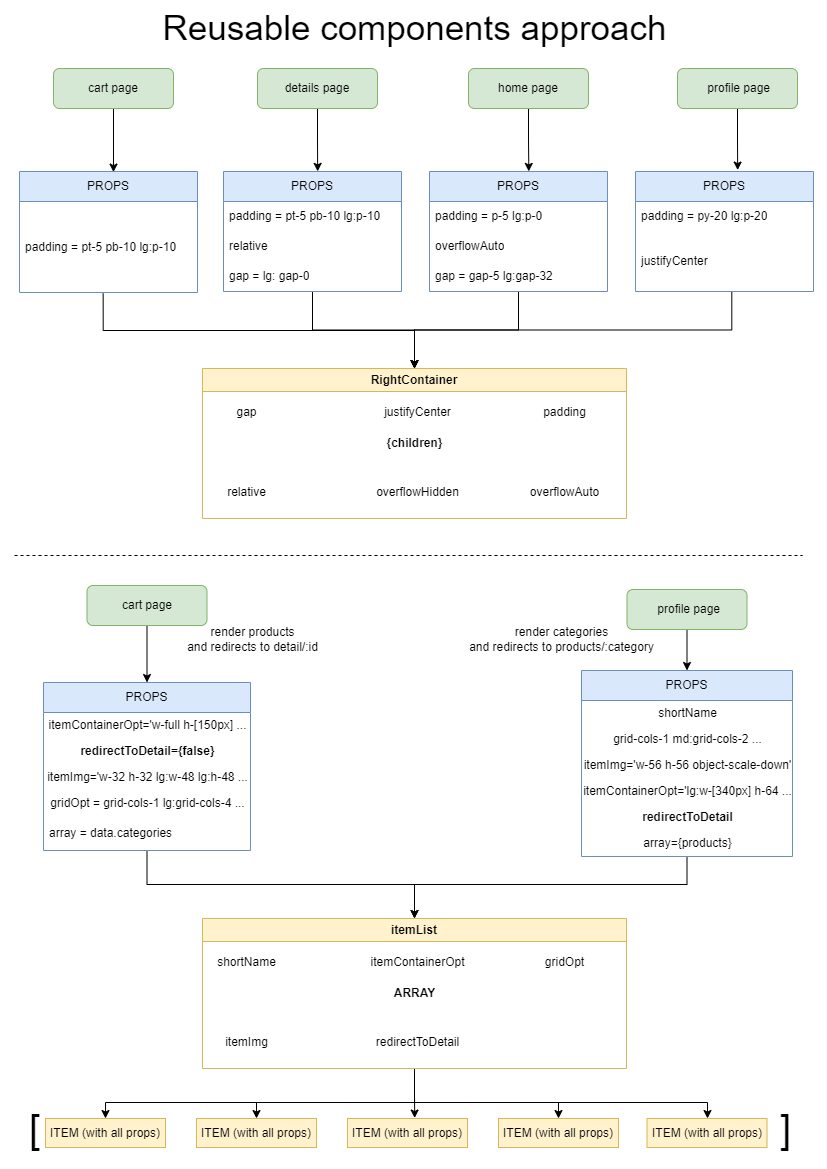
This is e-commerce/e-commerce_reusable-components.drawio.png from santiagomanso/ZombieMarkt, a draw.io export, as it was before one commit. Source tidied: cells renumbered, new cells last; positions are measured from the earlier drawing's top-left corner, leaving out a move shared by most shapes. The source it was exported from:
```xml
<mxGraphModel>
  <root>
    <mxCell id="0" />
    <mxCell id="1" parent="0" />
    <mxCell id="2" style="edgeStyle=orthogonalEdgeStyle;rounded=0;jettySize=auto;html=1;exitX=0.5;exitY=1;exitDx=0;exitDy=0;entryX=0.528;entryY=0.005;entryDx=0;entryDy=0;entryPerimeter=0;" parent="1" edge="1" source="3" target="17">
      <mxGeometry relative="1" as="geometry" />
    </mxCell>
    <mxCell id="3" value="cart page" style="rounded=1;whiteSpace=wrap;html=1;fontSize=12;glass=0;strokeWidth=1;shadow=0;fillColor=#d5e8d4;strokeColor=#82b366;" parent="1" vertex="1">
      <mxGeometry x="39" y="68" width="120" height="40" as="geometry" />
    </mxCell>
    <mxCell id="4" style="edgeStyle=orthogonalEdgeStyle;rounded=0;jettySize=auto;html=1;exitX=0.5;exitY=1;exitDx=0;exitDy=0;entryX=0.529;entryY=-0.001;entryDx=0;entryDy=0;entryPerimeter=0;" parent="1" edge="1" source="5" target="12">
      <mxGeometry relative="1" as="geometry" />
    </mxCell>
    <mxCell id="5" value="details page" style="rounded=1;whiteSpace=wrap;html=1;fontSize=12;glass=0;strokeWidth=1;shadow=0;fillColor=#d5e8d4;strokeColor=#82b366;" parent="1" vertex="1">
      <mxGeometry x="243" y="68" width="120" height="40" as="geometry" />
    </mxCell>
    <mxCell id="6" style="edgeStyle=orthogonalEdgeStyle;rounded=0;jettySize=auto;html=1;entryX=0.558;entryY=-0.001;entryDx=0;entryDy=0;entryPerimeter=0;" parent="1" edge="1" source="7" target="20">
      <mxGeometry relative="1" as="geometry" />
    </mxCell>
    <mxCell id="7" value="home page" style="rounded=1;whiteSpace=wrap;html=1;fontSize=12;glass=0;strokeWidth=1;shadow=0;fillColor=#d5e8d4;strokeColor=#82b366;" parent="1" vertex="1">
      <mxGeometry x="454" y="68" width="120" height="40" as="geometry" />
    </mxCell>
    <mxCell id="8" style="edgeStyle=orthogonalEdgeStyle;rounded=0;jettySize=auto;html=1;entryX=0.574;entryY=-0.012;entryDx=0;entryDy=0;entryPerimeter=0;" parent="1" edge="1" source="9" target="25">
      <mxGeometry relative="1" as="geometry" />
    </mxCell>
    <mxCell id="9" value="&amp;nbsp;profile page" style="rounded=1;whiteSpace=wrap;html=1;fontSize=12;glass=0;strokeWidth=1;shadow=0;fillColor=#d5e8d4;strokeColor=#82b366;" parent="1" vertex="1">
      <mxGeometry x="663" y="68" width="120" height="40" as="geometry" />
    </mxCell>
    <mxCell id="10" value="&lt;font style=&quot;font-size: 35px;&quot;&gt;Reusable components approach&lt;/font&gt;" style="text;html=1;align=center;verticalAlign=middle;strokeColor=none;fillColor=none;" parent="1" vertex="1">
      <mxGeometry x="139" width="522" height="54" as="geometry" />
    </mxCell>
    <mxCell id="11" style="edgeStyle=orthogonalEdgeStyle;rounded=0;jettySize=auto;html=1;entryX=0.5;entryY=0;entryDx=0;entryDy=0;" parent="1" edge="1" source="12" target="28">
      <mxGeometry relative="1" as="geometry" />
    </mxCell>
    <mxCell id="12" value="PROPS" style="swimlane;fontStyle=0;horizontal=1;startSize=30;whiteSpace=wrap;html=1;fillColor=#dae8fc;strokeColor=#6c8ebf;" parent="1" vertex="1">
      <mxGeometry x="209" y="171" width="178" height="120" as="geometry" />
    </mxCell>
    <mxCell id="13" value="padding = pt-5 pb-10 lg:p-10" style="text;strokeColor=none;fillColor=none;align=left;verticalAlign=middle;spacingLeft=4;spacingRight=4;overflow=hidden;whiteSpace=wrap;html=1;" parent="12" vertex="1">
      <mxGeometry y="30" width="178" height="30" as="geometry" />
    </mxCell>
    <mxCell id="14" value="relative" style="text;strokeColor=none;fillColor=none;align=left;verticalAlign=middle;spacingLeft=4;spacingRight=4;overflow=hidden;whiteSpace=wrap;html=1;" parent="12" vertex="1">
      <mxGeometry y="60" width="178" height="30" as="geometry" />
    </mxCell>
    <mxCell id="15" value="gap = lg: gap-0" style="text;strokeColor=none;fillColor=none;align=left;verticalAlign=middle;spacingLeft=4;spacingRight=4;overflow=hidden;whiteSpace=wrap;html=1;" parent="12" vertex="1">
      <mxGeometry y="90" width="178" height="30" as="geometry" />
    </mxCell>
    <mxCell id="16" style="edgeStyle=orthogonalEdgeStyle;rounded=0;jettySize=auto;html=1;entryX=0.5;entryY=0;entryDx=0;entryDy=0;exitX=0.47;exitY=1.011;exitDx=0;exitDy=0;exitPerimeter=0;" parent="1" edge="1" source="18" target="28">
      <mxGeometry relative="1" as="geometry" />
    </mxCell>
    <mxCell id="17" value="PROPS" style="swimlane;fontStyle=0;horizontal=1;startSize=30;whiteSpace=wrap;html=1;fillColor=#dae8fc;strokeColor=#6c8ebf;" parent="1" vertex="1">
      <mxGeometry x="5" y="171" width="178" height="121" as="geometry" />
    </mxCell>
    <mxCell id="18" value="padding = pt-5 pb-10 lg:p-10" style="text;strokeColor=none;fillColor=none;align=left;verticalAlign=middle;spacingLeft=4;spacingRight=4;overflow=hidden;points=[[0,0.5],[1,0.5]];portConstraint=eastwest;whiteSpace=wrap;html=1;" parent="17" vertex="1">
      <mxGeometry y="30" width="178" height="91" as="geometry" />
    </mxCell>
    <mxCell id="19" style="edgeStyle=orthogonalEdgeStyle;rounded=0;jettySize=auto;html=1;" parent="1" edge="1" source="20" target="28">
      <mxGeometry relative="1" as="geometry" />
    </mxCell>
    <mxCell id="20" value="PROPS" style="swimlane;fontStyle=0;horizontal=1;startSize=30;whiteSpace=wrap;html=1;fillColor=#dae8fc;strokeColor=#6c8ebf;" parent="1" vertex="1">
      <mxGeometry x="415" y="171" width="178" height="120" as="geometry" />
    </mxCell>
    <mxCell id="21" value="padding =&amp;nbsp;p-5 lg:p-0" style="text;strokeColor=none;fillColor=none;align=left;verticalAlign=middle;spacingLeft=4;spacingRight=4;overflow=hidden;whiteSpace=wrap;html=1;" parent="20" vertex="1">
      <mxGeometry y="30" width="178" height="30" as="geometry" />
    </mxCell>
    <mxCell id="22" value="overflowAuto" style="text;strokeColor=none;fillColor=none;align=left;verticalAlign=middle;spacingLeft=4;spacingRight=4;overflow=hidden;whiteSpace=wrap;html=1;" parent="20" vertex="1">
      <mxGeometry y="60" width="178" height="30" as="geometry" />
    </mxCell>
    <mxCell id="23" value="gap =&amp;nbsp;gap-5 lg:gap-32" style="text;strokeColor=none;fillColor=none;align=left;verticalAlign=middle;spacingLeft=4;spacingRight=4;overflow=hidden;whiteSpace=wrap;html=1;" parent="20" vertex="1">
      <mxGeometry y="90" width="178" height="30" as="geometry" />
    </mxCell>
    <mxCell id="24" style="edgeStyle=orthogonalEdgeStyle;rounded=0;jettySize=auto;html=1;exitX=0.541;exitY=0.993;exitDx=0;exitDy=0;exitPerimeter=0;" parent="1" edge="1" source="27" target="28">
      <mxGeometry relative="1" as="geometry" />
    </mxCell>
    <mxCell id="25" value="PROPS" style="swimlane;fontStyle=0;horizontal=1;startSize=30;whiteSpace=wrap;html=1;fillColor=#dae8fc;strokeColor=#6c8ebf;" parent="1" vertex="1">
      <mxGeometry x="621" y="171" width="178" height="120" as="geometry" />
    </mxCell>
    <mxCell id="26" value="padding =&amp;nbsp;py-20 lg:p-20" style="text;strokeColor=none;fillColor=none;align=left;verticalAlign=middle;spacingLeft=4;spacingRight=4;overflow=hidden;whiteSpace=wrap;html=1;" parent="25" vertex="1">
      <mxGeometry y="30" width="178" height="30" as="geometry" />
    </mxCell>
    <mxCell id="27" value="justifyCenter" style="text;strokeColor=none;fillColor=none;align=left;verticalAlign=middle;spacingLeft=4;spacingRight=4;overflow=hidden;points=[[0,0.5],[1,0.5]];portConstraint=eastwest;whiteSpace=wrap;html=1;" parent="25" vertex="1">
      <mxGeometry y="60" width="178" height="60" as="geometry" />
    </mxCell>
    <mxCell id="28" value="RightContainer" style="swimlane;whiteSpace=wrap;html=1;fillColor=#fff2cc;strokeColor=#d6b656;" parent="1" vertex="1">
      <mxGeometry x="188" y="368" width="424" height="150" as="geometry" />
    </mxCell>
    <mxCell id="29" value="&lt;b&gt;{children}&lt;/b&gt;" style="text;html=1;align=center;verticalAlign=middle;strokeColor=none;fillColor=none;" parent="28" vertex="1">
      <mxGeometry x="175" y="62" width="74" height="26" as="geometry" />
    </mxCell>
    <mxCell id="30" value="relative" style="text;html=1;align=center;verticalAlign=middle;strokeColor=none;fillColor=none;" parent="28" vertex="1">
      <mxGeometry x="15" y="111" width="57" height="26" as="geometry" />
    </mxCell>
    <mxCell id="31" value="gap" style="text;html=1;align=center;verticalAlign=middle;strokeColor=none;fillColor=none;" parent="28" vertex="1">
      <mxGeometry x="24.5" y="31" width="38" height="26" as="geometry" />
    </mxCell>
    <mxCell id="32" value="overflowHidden" style="text;html=1;align=center;verticalAlign=middle;strokeColor=none;fillColor=none;" parent="28" vertex="1">
      <mxGeometry x="164" y="111" width="101" height="26" as="geometry" />
    </mxCell>
    <mxCell id="33" value="overflowAuto" style="text;html=1;align=center;verticalAlign=middle;strokeColor=none;fillColor=none;" parent="28" vertex="1">
      <mxGeometry x="318" y="111" width="87" height="26" as="geometry" />
    </mxCell>
    <mxCell id="34" value="padding" style="text;html=1;align=center;verticalAlign=middle;strokeColor=none;fillColor=none;" parent="28" vertex="1">
      <mxGeometry x="331" y="31" width="61" height="26" as="geometry" />
    </mxCell>
    <mxCell id="35" value="justifyCenter" style="text;html=1;align=center;verticalAlign=middle;strokeColor=none;fillColor=none;" parent="28" vertex="1">
      <mxGeometry x="172" y="31" width="85" height="26" as="geometry" />
    </mxCell>
    <mxCell id="36" style="edgeStyle=orthogonalEdgeStyle;rounded=0;jettySize=auto;html=1;entryX=0.5;entryY=0;entryDx=0;entryDy=0;" parent="1" edge="1" source="37" target="41">
      <mxGeometry relative="1" as="geometry" />
    </mxCell>
    <mxCell id="37" value="cart page" style="rounded=1;whiteSpace=wrap;html=1;fontSize=12;glass=0;strokeWidth=1;shadow=0;fillColor=#d5e8d4;strokeColor=#82b366;" parent="1" vertex="1">
      <mxGeometry x="72.5" y="585" width="120" height="40" as="geometry" />
    </mxCell>
    <mxCell id="38" style="edgeStyle=orthogonalEdgeStyle;rounded=0;jettySize=auto;html=1;" parent="1" edge="1" source="39" target="48">
      <mxGeometry relative="1" as="geometry" />
    </mxCell>
    <mxCell id="39" value="&amp;nbsp;profile page" style="rounded=1;whiteSpace=wrap;html=1;fontSize=12;glass=0;strokeWidth=1;shadow=0;fillColor=#d5e8d4;strokeColor=#82b366;" parent="1" vertex="1">
      <mxGeometry x="612.5" y="589" width="120" height="40" as="geometry" />
    </mxCell>
    <mxCell id="40" style="edgeStyle=orthogonalEdgeStyle;rounded=0;jettySize=auto;html=1;" parent="1" edge="1" source="41" target="60">
      <mxGeometry relative="1" as="geometry" />
    </mxCell>
    <mxCell id="41" value="PROPS" style="swimlane;fontStyle=0;horizontal=1;startSize=30;whiteSpace=wrap;html=1;fillColor=#dae8fc;strokeColor=#6c8ebf;" parent="1" vertex="1">
      <mxGeometry x="29" y="682" width="207" height="168" as="geometry" />
    </mxCell>
    <mxCell id="42" value="itemContainerOpt='w-full h-[150px] ..." style="text;html=1;align=center;verticalAlign=middle;strokeColor=none;fillColor=none;" parent="41" vertex="1">
      <mxGeometry y="30" width="207" height="26" as="geometry" />
    </mxCell>
    <mxCell id="43" value="&lt;b&gt;redirectToDetail={false}&lt;/b&gt;" style="text;html=1;align=center;verticalAlign=middle;strokeColor=none;fillColor=none;" parent="41" vertex="1">
      <mxGeometry y="56" width="207" height="26" as="geometry" />
    </mxCell>
    <mxCell id="44" value="itemImg='w-32 h-32 lg:w-48 lg:h-48 ..." style="text;html=1;align=center;verticalAlign=middle;strokeColor=none;fillColor=none;" parent="41" vertex="1">
      <mxGeometry y="82" width="207" height="26" as="geometry" />
    </mxCell>
    <mxCell id="45" value="gridOpt =&amp;nbsp;grid-cols-1 lg:grid-cols-4 ..." style="text;html=1;align=center;verticalAlign=middle;strokeColor=none;fillColor=none;" parent="41" vertex="1">
      <mxGeometry y="108" width="207" height="26" as="geometry" />
    </mxCell>
    <mxCell id="46" value="array = data.categories" style="text;strokeColor=none;fillColor=none;align=left;verticalAlign=middle;spacingLeft=4;spacingRight=4;overflow=hidden;whiteSpace=wrap;html=1;" parent="41" vertex="1">
      <mxGeometry y="134" width="207" height="34" as="geometry" />
    </mxCell>
    <mxCell id="47" style="edgeStyle=orthogonalEdgeStyle;rounded=0;jettySize=auto;html=1;" parent="1" edge="1" source="48" target="60">
      <mxGeometry relative="1" as="geometry">
        <Array as="points">
          <mxPoint x="672" y="884" />
          <mxPoint x="400" y="884" />
        </Array>
      </mxGeometry>
    </mxCell>
    <mxCell id="48" value="PROPS" style="swimlane;fontStyle=0;horizontal=1;startSize=30;whiteSpace=wrap;html=1;fillColor=#dae8fc;strokeColor=#6c8ebf;" parent="1" vertex="1">
      <mxGeometry x="567" y="670" width="211" height="186" as="geometry" />
    </mxCell>
    <mxCell id="49" value="shortName" style="text;html=1;align=center;verticalAlign=middle;strokeColor=none;fillColor=none;" parent="48" vertex="1">
      <mxGeometry y="30" width="211" height="26" as="geometry" />
    </mxCell>
    <mxCell id="50" value="grid-cols-1 md:grid-cols-2 ..." style="text;html=1;align=center;verticalAlign=middle;strokeColor=none;fillColor=none;" parent="48" vertex="1">
      <mxGeometry y="56" width="211" height="26" as="geometry" />
    </mxCell>
    <mxCell id="51" value="itemImg='w-56 h-56 object-scale-down'" style="text;html=1;align=center;verticalAlign=middle;strokeColor=none;fillColor=none;" parent="48" vertex="1">
      <mxGeometry y="82" width="211" height="26" as="geometry" />
    </mxCell>
    <mxCell id="52" value="itemContainerOpt='lg:w-[340px] h-64 ..." style="text;html=1;align=center;verticalAlign=middle;strokeColor=none;fillColor=none;" parent="48" vertex="1">
      <mxGeometry y="108" width="211" height="26" as="geometry" />
    </mxCell>
    <mxCell id="53" value="&lt;b&gt;redirectToDetail&lt;/b&gt;" style="text;html=1;align=center;verticalAlign=middle;strokeColor=none;fillColor=none;" parent="48" vertex="1">
      <mxGeometry y="134" width="211" height="26" as="geometry" />
    </mxCell>
    <mxCell id="54" value="array={products}" style="text;html=1;align=center;verticalAlign=middle;strokeColor=none;fillColor=none;" parent="48" vertex="1">
      <mxGeometry y="160" width="211" height="26" as="geometry" />
    </mxCell>
    <mxCell id="55" style="edgeStyle=orthogonalEdgeStyle;rounded=0;jettySize=auto;html=1;exitX=0.5;exitY=1;exitDx=0;exitDy=0;" parent="1" edge="1" source="60" target="68">
      <mxGeometry relative="1" as="geometry">
        <Array as="points">
          <mxPoint x="400" y="1102" />
          <mxPoint x="91" y="1102" />
        </Array>
      </mxGeometry>
    </mxCell>
    <mxCell id="56" style="edgeStyle=orthogonalEdgeStyle;rounded=0;jettySize=auto;html=1;" parent="1" edge="1" source="60" target="69">
      <mxGeometry relative="1" as="geometry">
        <Array as="points">
          <mxPoint x="400" y="1102" />
          <mxPoint x="242" y="1102" />
        </Array>
      </mxGeometry>
    </mxCell>
    <mxCell id="57" style="edgeStyle=orthogonalEdgeStyle;rounded=0;jettySize=auto;html=1;entryX=0.56;entryY=-0.017;entryDx=0;entryDy=0;entryPerimeter=0;" parent="1" edge="1" source="60" target="70">
      <mxGeometry relative="1" as="geometry" />
    </mxCell>
    <mxCell id="58" style="edgeStyle=orthogonalEdgeStyle;rounded=0;jettySize=auto;html=1;" parent="1" edge="1" source="60" target="71">
      <mxGeometry relative="1" as="geometry">
        <Array as="points">
          <mxPoint x="400" y="1102" />
          <mxPoint x="544" y="1102" />
        </Array>
      </mxGeometry>
    </mxCell>
    <mxCell id="59" style="edgeStyle=orthogonalEdgeStyle;rounded=0;jettySize=auto;html=1;exitX=0.5;exitY=1;exitDx=0;exitDy=0;" parent="1" edge="1" source="60" target="72">
      <mxGeometry relative="1" as="geometry">
        <Array as="points">
          <mxPoint x="400" y="1102" />
          <mxPoint x="693" y="1102" />
        </Array>
      </mxGeometry>
    </mxCell>
    <mxCell id="60" value="itemList" style="swimlane;whiteSpace=wrap;html=1;fillColor=#fff2cc;strokeColor=#d6b656;" parent="1" vertex="1">
      <mxGeometry x="188" y="918" width="424" height="150" as="geometry" />
    </mxCell>
    <mxCell id="61" value="&lt;b&gt;ARRAY&lt;/b&gt;" style="text;html=1;align=center;verticalAlign=middle;strokeColor=none;fillColor=none;" parent="60" vertex="1">
      <mxGeometry x="182" y="62" width="60" height="26" as="geometry" />
    </mxCell>
    <mxCell id="62" value="itemImg" style="text;html=1;align=center;verticalAlign=middle;strokeColor=none;fillColor=none;" parent="60" vertex="1">
      <mxGeometry x="13" y="111" width="61" height="26" as="geometry" />
    </mxCell>
    <mxCell id="63" value="shortName" style="text;html=1;align=center;verticalAlign=middle;strokeColor=none;fillColor=none;" parent="60" vertex="1">
      <mxGeometry x="5.5" y="31" width="77" height="26" as="geometry" />
    </mxCell>
    <mxCell id="64" value="redirectToDetail" style="text;html=1;align=center;verticalAlign=middle;strokeColor=none;fillColor=none;" parent="60" vertex="1">
      <mxGeometry x="164" y="111" width="101" height="26" as="geometry" />
    </mxCell>
    <mxCell id="65" value="gridOpt" style="text;html=1;align=center;verticalAlign=middle;strokeColor=none;fillColor=none;" parent="60" vertex="1">
      <mxGeometry x="333" y="31" width="57" height="26" as="geometry" />
    </mxCell>
    <mxCell id="66" value="itemContainerOpt" style="text;html=1;align=center;verticalAlign=middle;strokeColor=none;fillColor=none;" parent="60" vertex="1">
      <mxGeometry x="159" y="31" width="112" height="26" as="geometry" />
    </mxCell>
    <mxCell id="67" style="endArrow=none;dashed=1;html=1;rounded=0;" parent="1" edge="1">
      <mxGeometry relative="1" as="geometry">
        <mxPoint y="555" as="sourcePoint" />
        <mxPoint x="788" y="555" as="targetPoint" />
      </mxGeometry>
    </mxCell>
    <mxCell id="68" value="ITEM (with all props)" style="rounded=0;whiteSpace=wrap;html=1;fillColor=#fff2cc;strokeColor=#d6b656;" parent="1" vertex="1">
      <mxGeometry x="31" y="1118" width="120" height="29" as="geometry" />
    </mxCell>
    <mxCell id="69" value="ITEM (with all props)" style="rounded=0;whiteSpace=wrap;html=1;fillColor=#fff2cc;strokeColor=#d6b656;" parent="1" vertex="1">
      <mxGeometry x="182" y="1118" width="120" height="29" as="geometry" />
    </mxCell>
    <mxCell id="70" value="ITEM (with all props)" style="rounded=0;whiteSpace=wrap;html=1;fillColor=#fff2cc;strokeColor=#d6b656;" parent="1" vertex="1">
      <mxGeometry x="333" y="1118" width="120" height="29" as="geometry" />
    </mxCell>
    <mxCell id="71" value="ITEM (with all props)" style="rounded=0;whiteSpace=wrap;html=1;fillColor=#fff2cc;strokeColor=#d6b656;" parent="1" vertex="1">
      <mxGeometry x="484" y="1118" width="120" height="29" as="geometry" />
    </mxCell>
    <mxCell id="72" value="ITEM (with all props)" style="rounded=0;whiteSpace=wrap;html=1;fillColor=#fff2cc;strokeColor=#d6b656;" parent="1" vertex="1">
      <mxGeometry x="632.5" y="1118" width="120" height="29" as="geometry" />
    </mxCell>
    <mxCell id="73" value="&lt;font style=&quot;font-size: 40px;&quot;&gt;]&lt;/font&gt;" style="text;html=1;align=center;verticalAlign=middle;strokeColor=none;fillColor=none;fontSize=30;" parent="1" vertex="1">
      <mxGeometry x="756" y="1098" width="29" height="60" as="geometry" />
    </mxCell>
    <mxCell id="74" value="&lt;span style=&quot;font-size: 40px;&quot;&gt;[&lt;/span&gt;" style="text;html=1;align=center;verticalAlign=middle;strokeColor=none;fillColor=none;fontSize=30;" parent="1" vertex="1">
      <mxGeometry x="5" y="1098" width="29" height="60" as="geometry" />
    </mxCell>
    <mxCell id="75" value="render products&lt;br&gt;and redirects to detail/:id" style="text;html=1;align=center;verticalAlign=middle;strokeColor=none;fillColor=none;" parent="1" vertex="1">
      <mxGeometry x="163" y="618" width="149" height="41" as="geometry" />
    </mxCell>
    <mxCell id="76" value="render categories&lt;br&gt;and redirects to products/:category" style="text;html=1;align=center;verticalAlign=middle;strokeColor=none;fillColor=none;" parent="1" vertex="1">
      <mxGeometry x="445" y="618" width="203" height="41" as="geometry" />
    </mxCell>
  </root>
</mxGraphModel>
```
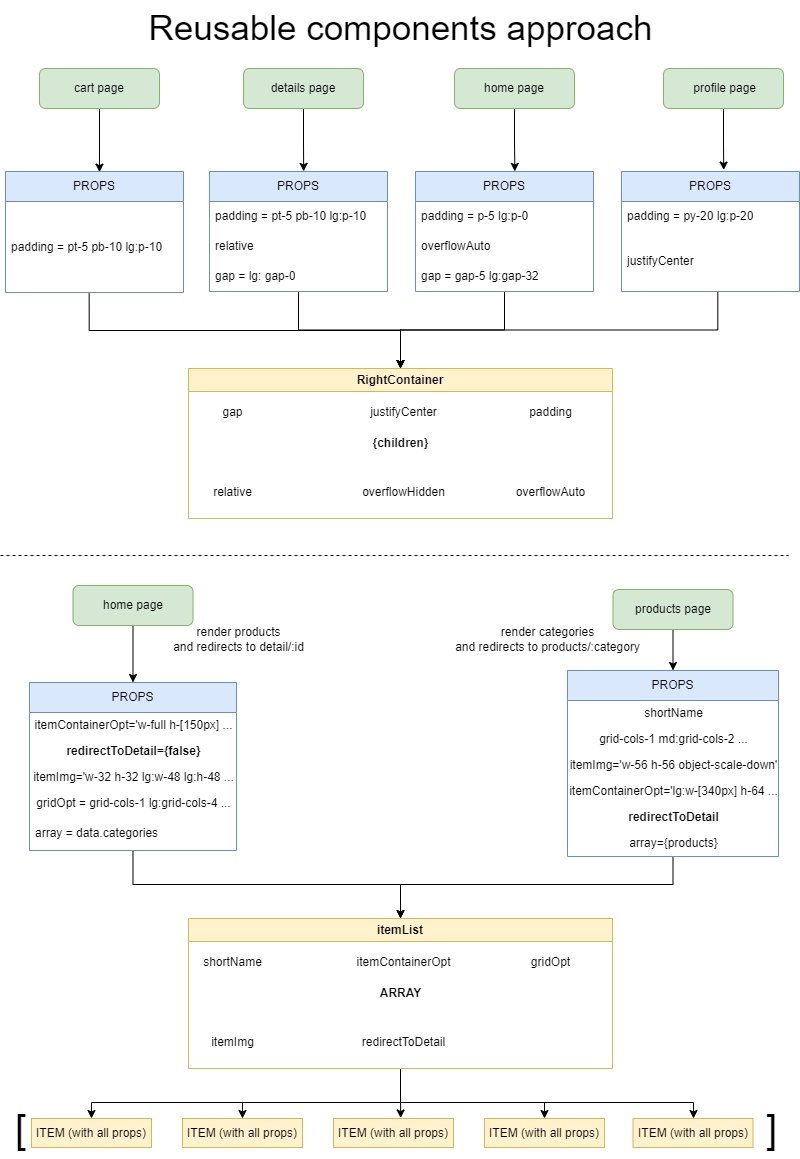
The same file after the commit.

Diff of the diagram source:
```diff
@@ -107,13 +107,13 @@
     <mxCell id="36" style="edgeStyle=orthogonalEdgeStyle;rounded=0;jettySize=auto;html=1;entryX=0.5;entryY=0;entryDx=0;entryDy=0;" parent="1" edge="1" source="37" target="41">
       <mxGeometry relative="1" as="geometry" />
     </mxCell>
-    <mxCell id="37" value="cart page" style="rounded=1;whiteSpace=wrap;html=1;fontSize=12;glass=0;strokeWidth=1;shadow=0;fillColor=#d5e8d4;strokeColor=#82b366;" parent="1" vertex="1">
+    <mxCell id="37" value="home page" style="rounded=1;whiteSpace=wrap;html=1;fontSize=12;glass=0;strokeWidth=1;shadow=0;fillColor=#d5e8d4;strokeColor=#82b366;" parent="1" vertex="1">
       <mxGeometry x="72.5" y="585" width="120" height="40" as="geometry" />
     </mxCell>
     <mxCell id="38" style="edgeStyle=orthogonalEdgeStyle;rounded=0;jettySize=auto;html=1;" parent="1" edge="1" source="39" target="48">
       <mxGeometry relative="1" as="geometry" />
     </mxCell>
-    <mxCell id="39" value="&amp;nbsp;profile page" style="rounded=1;whiteSpace=wrap;html=1;fontSize=12;glass=0;strokeWidth=1;shadow=0;fillColor=#d5e8d4;strokeColor=#82b366;" parent="1" vertex="1">
+    <mxCell id="39" value="products page" style="rounded=1;whiteSpace=wrap;html=1;fontSize=12;glass=0;strokeWidth=1;shadow=0;fillColor=#d5e8d4;strokeColor=#82b366;" parent="1" vertex="1">
       <mxGeometry x="612.5" y="589" width="120" height="40" as="geometry" />
     </mxCell>
     <mxCell id="40" style="edgeStyle=orthogonalEdgeStyle;rounded=0;jettySize=auto;html=1;" parent="1" edge="1" source="41" target="60">
```
